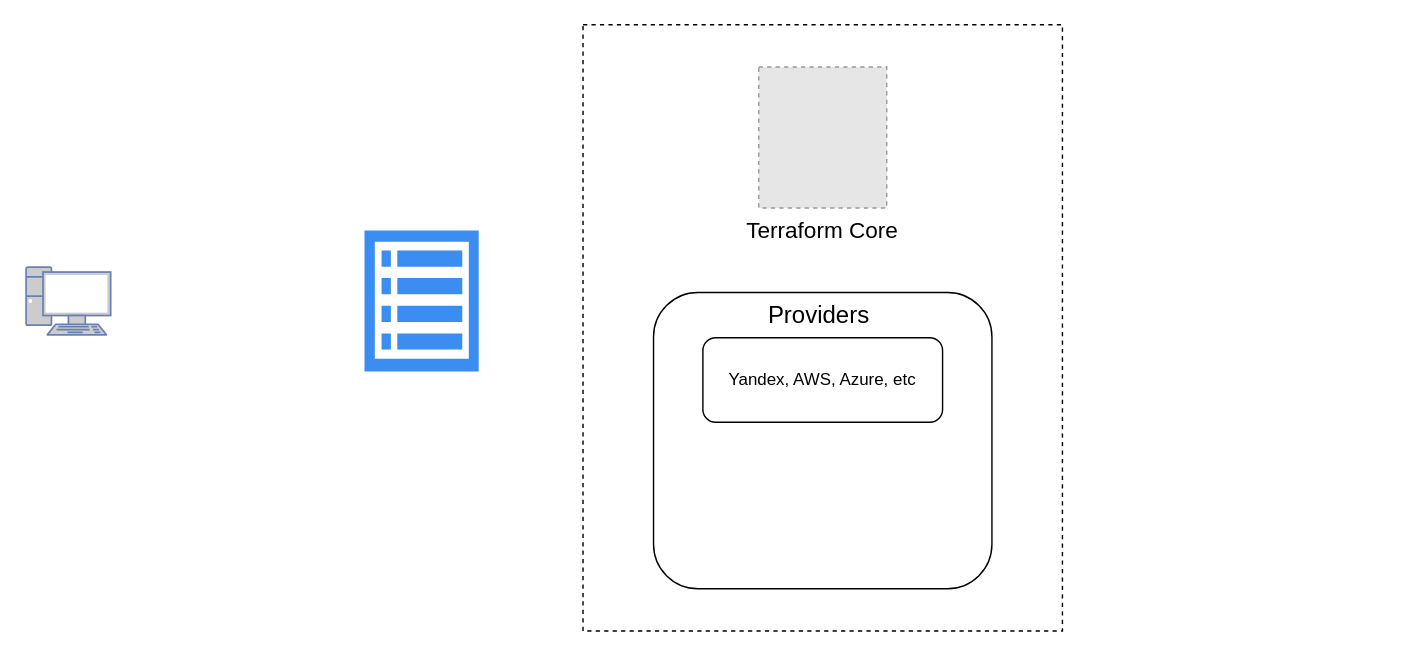
Before: Terraform Architecture.drawio in vovinski/ITMO_diplom, a draw.io diagram. Source tidied: cells renumbered, new cells numbered last; positions are measured from the earlier drawing's top-left corner, leaving out a move shared by most shapes. Both pictures are drawn from the tidied source at 141%, with x=0, y=0 at pixel (25, 24). Pictures stored in the file or linked from it are replaced by grey dashed boxes.
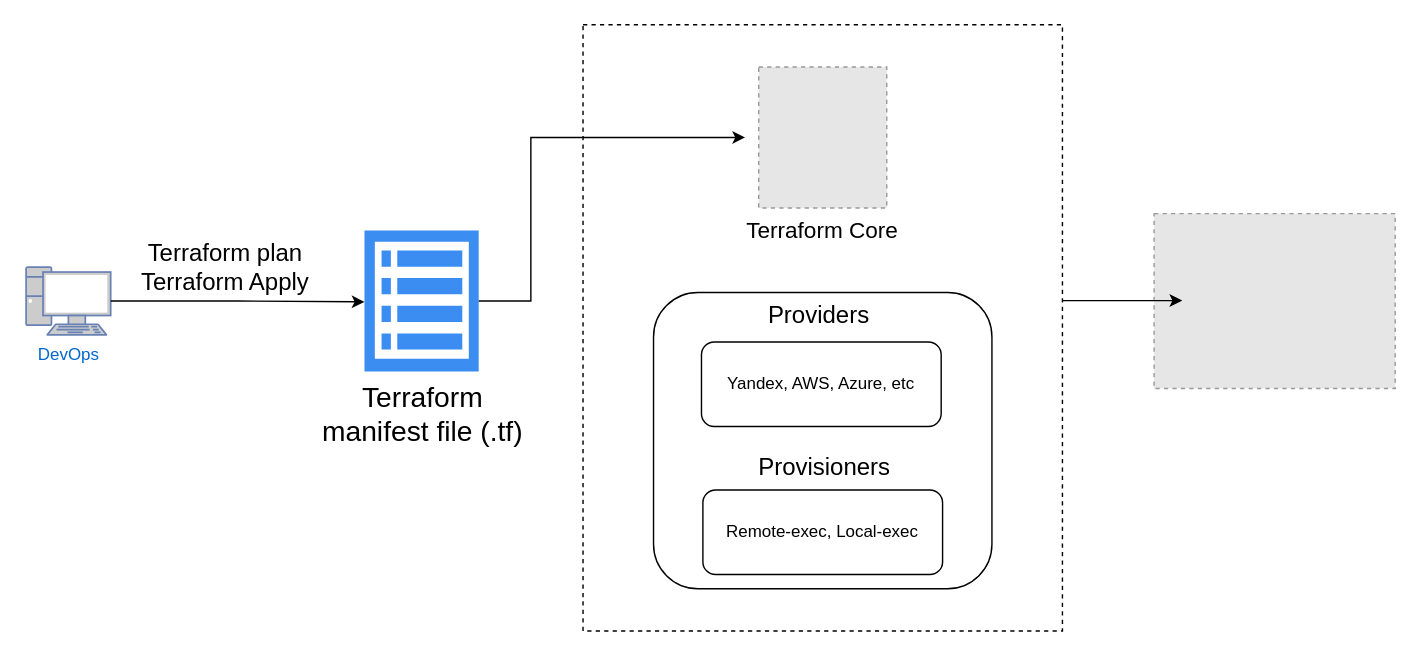
Above is the later version.

The edit, as a diff of the source:
```diff
@@
 <mxGraphModel>
   <root>
     <mxCell id="0" />
     <mxCell id="1" parent="0" />
+    <mxCell id="9" style="fillColor=#E6E6E6;strokeColor=#999999;dashed=1;verticalLabelPosition=bottom;labelBackgroundColor=default;verticalAlign=top;" parent="1" vertex="1">
+      <mxGeometry x="800" y="134" width="171" height="124" as="geometry" />
+    </mxCell>
+    <mxCell id="10" style="edgeStyle=orthogonalEdgeStyle;rounded=0;orthogonalLoop=1;jettySize=auto;html=1;" parent="1" edge="1">
+      <mxGeometry relative="1" as="geometry">
+        <mxPoint x="735" y="195.7" as="sourcePoint" />
+        <mxPoint x="820" y="195.7" as="targetPoint" />
+      </mxGeometry>
+    </mxCell>
     <mxCell id="2" style="whiteSpace=wrap;html=1;dashed=1;" parent="1" vertex="1">
       <mxGeometry x="395" width="340" height="430" as="geometry" />
     </mxCell>
     <mxCell id="3" value="Terraform Core&#10;" style="fillColor=#E6E6E6;strokeColor=#999999;dashed=1;verticalLabelPosition=bottom;labelBackgroundColor=default;verticalAlign=top;fontSize=16;" parent="1" vertex="1">
       <mxGeometry x="519.6" y="30" width="90.8" height="100" as="geometry" />
     </mxCell>
     <mxCell id="4" style="whiteSpace=wrap;html=1;rounded=1;" parent="1" vertex="1">
       <mxGeometry x="445" y="190" width="240" height="210" as="geometry" />
     </mxCell>
     <mxCell id="5" value="Yandex, AWS, Azure, etc" style="rounded=1;whiteSpace=wrap;html=1;" parent="1" vertex="1">
-      <mxGeometry x="480" y="222" width="170" height="60" as="geometry" />
+      <mxGeometry x="479" y="225" width="170" height="60" as="geometry" />
     </mxCell>
     <mxCell id="6" value="&lt;font style=&quot;font-size: 17px;&quot;&gt;Providers&lt;/font&gt;" style="text;strokeColor=none;align=center;fillColor=none;html=1;verticalAlign=middle;whiteSpace=wrap;rounded=0;" parent="1" vertex="1">
       <mxGeometry x="480" y="192" width="165" height="30" as="geometry" />
     </mxCell>
-    <mxCell id="7" style="fontColor=#0066CC;verticalAlign=top;verticalLabelPosition=bottom;labelPosition=center;align=center;html=1;outlineConnect=0;fillColor=#CCCCCC;strokeColor=#6881B3;gradientColor=none;gradientDirection=north;strokeWidth=2;shape=mxgraph.networks.pc;" parent="1" vertex="1">
+    <mxCell id="7" value="DevOps" style="fontColor=#0066CC;verticalAlign=top;verticalLabelPosition=bottom;labelPosition=center;align=center;html=1;outlineConnect=0;fillColor=#CCCCCC;strokeColor=#6881B3;gradientColor=none;gradientDirection=north;strokeWidth=2;shape=mxgraph.networks.pc;" parent="1" vertex="1">
       <mxGeometry y="172" width="60" height="48" as="geometry" />
     </mxCell>
-    <mxCell id="8" style="sketch=0;html=1;strokeColor=none;shadow=0;fillColor=#3B8DF1;verticalAlign=top;labelPosition=center;verticalLabelPosition=bottom;shape=mxgraph.gcp2.view_list;" parent="1" vertex="1">
+    <mxCell id="8" value="&lt;div style=&quot;font-size: 20px;&quot;&gt;Terraform&lt;/div&gt;&lt;div style=&quot;font-size: 20px;&quot;&gt;manifest file (.tf)&lt;br style=&quot;font-size: 20px;&quot;&gt;&lt;/div&gt;" style="sketch=0;html=1;strokeColor=none;shadow=0;fillColor=#3B8DF1;verticalAlign=top;labelPosition=center;verticalLabelPosition=bottom;shape=mxgraph.gcp2.view_list;fontSize=20;" parent="1" vertex="1">
       <mxGeometry x="240" y="146" width="81" height="100" as="geometry" />
     </mxCell>
+    <mxCell id="11" style="edgeStyle=orthogonalEdgeStyle;rounded=0;jettySize=auto;html=1;entryX=0;entryY=0.506;entryDx=0;entryDy=0;entryPerimeter=0;" parent="1" edge="1" source="7" target="8">
+      <mxGeometry relative="1" as="geometry" />
+    </mxCell>
+    <mxCell id="12" value="&lt;div style=&quot;font-size: 17px;&quot;&gt;Terraform plan&lt;/div&gt;&lt;div style=&quot;font-size: 17px;&quot;&gt;Terraform Apply&lt;br style=&quot;font-size: 17px;&quot;&gt;&lt;/div&gt;" style="edgeLabel;html=1;align=center;verticalAlign=middle;fontSize=17;" parent="11" vertex="1">
+      <mxGeometry x="-0.37" y="3" relative="1" as="geometry">
+        <mxPoint x="23" y="-21" as="offset" />
+      </mxGeometry>
+    </mxCell>
+    <mxCell id="13" style="edgeStyle=orthogonalEdgeStyle;rounded=0;jettySize=auto;html=1;entryX=0.338;entryY=0.186;entryDx=0;entryDy=0;entryPerimeter=0;" parent="1" edge="1" source="8" target="2">
+      <mxGeometry relative="1" as="geometry" />
+    </mxCell>
+    <mxCell id="14" value="Remote-exec, Local-exec" style="rounded=1;whiteSpace=wrap;html=1;" parent="1" vertex="1">
+      <mxGeometry x="480" y="330" width="170" height="60" as="geometry" />
+    </mxCell>
+    <mxCell id="15" value="&lt;font style=&quot;font-size: 17px;&quot;&gt;Provisioners&lt;/font&gt;" style="text;strokeColor=none;align=center;fillColor=none;html=1;verticalAlign=middle;whiteSpace=wrap;rounded=0;" parent="1" vertex="1">
+      <mxGeometry x="484" y="300" width="165" height="30" as="geometry" />
+    </mxCell>
   </root>
 </mxGraphModel>
```
